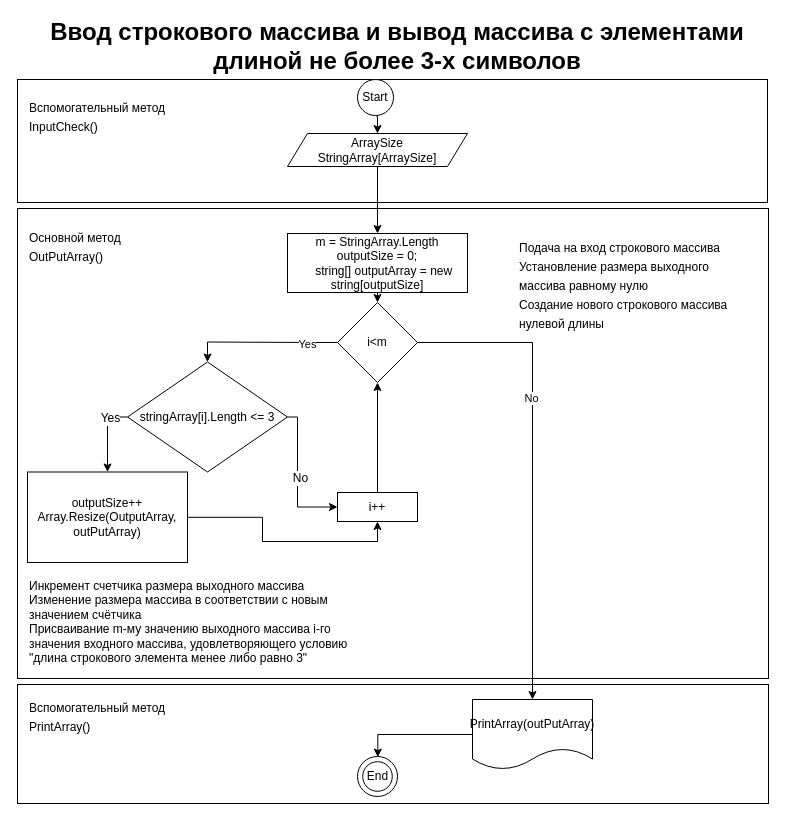
GTeleshev/FinalProject1stSemester keeps this draw.io diagram as FinalProject.drawio. Above is the earlier version. Source tidied: cells renumbered, new cells numbered last; positions are measured from the earlier drawing's top-left corner, leaving out a move shared by most shapes. Both pictures are drawn from the tidied source at 100%, with x=0, y=0 at pixel (17, 32).
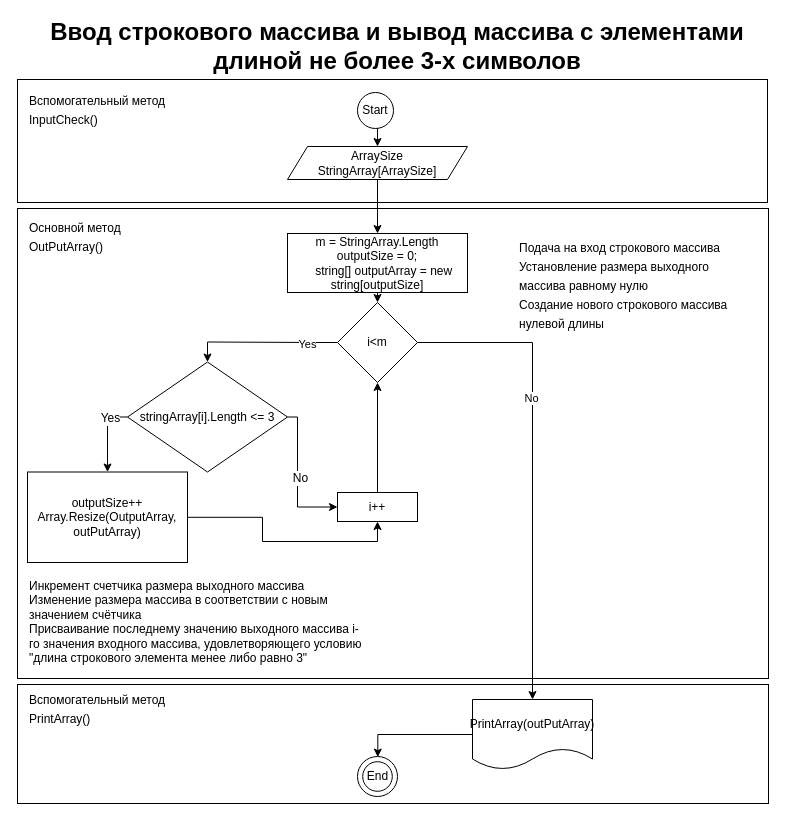
Above is the later version.

What changed in the source:
```diff
@@
     <mxCell id="6" value="ArraySize&lt;br&gt;StringArray[ArraySize]" style="shape=parallelogram;perimeter=parallelogramPerimeter;whiteSpace=wrap;html=1;fixedSize=1;" parent="1" vertex="1">
-      <mxGeometry x="270" y="101" width="180" height="33" as="geometry" />
+      <mxGeometry x="270" y="114" width="180" height="33" as="geometry" />
     </mxCell>
@@
     <mxCell id="20" value="Start" style="ellipse;whiteSpace=wrap;html=1;" parent="1" vertex="1">
-      <mxGeometry x="340" y="47" width="36" height="36" as="geometry" />
+      <mxGeometry x="340" y="60" width="36" height="36" as="geometry" />
     </mxCell>
     <mxCell id="21" value="&lt;div style=&quot;font-weight: normal; font-size: 12px; line-height: 19px;&quot;&gt;&lt;div style=&quot;font-size: 12px;&quot;&gt;&lt;span style=&quot;font-size: 12px;&quot;&gt;Вспомогательный метод InputCheck&lt;/span&gt;&lt;span style=&quot;font-size: 12px;&quot;&gt;()&lt;/span&gt;&lt;/div&gt;&lt;/div&gt;" style="text;whiteSpace=wrap;html=1;fontSize=12;fontColor=#000000;fontFamily=Helvetica;" parent="1" vertex="1">
-      <mxGeometry x="10" y="60" width="160" height="47" as="geometry" />
+      <mxGeometry x="10" y="53" width="160" height="47" as="geometry" />
     </mxCell>
@@
     <mxCell id="24" value="&lt;div style=&quot;font-weight: normal; font-size: 12px; line-height: 19px;&quot;&gt;&lt;div style=&quot;font-size: 12px;&quot;&gt;&lt;span style=&quot;font-size: 12px;&quot;&gt;Основной метод OutPutArray&lt;/span&gt;&lt;span style=&quot;font-size: 12px;&quot;&gt;()&lt;/span&gt;&lt;/div&gt;&lt;/div&gt;" style="text;whiteSpace=wrap;html=1;fontSize=12;fontColor=#000000;fontFamily=Helvetica;" parent="1" vertex="1">
-      <mxGeometry x="10" y="190" width="160" height="47" as="geometry" />
+      <mxGeometry x="10" y="180" width="160" height="47" as="geometry" />
     </mxCell>
@@
-    <mxCell id="33" value="Инкремент счетчика размера выходного массива&lt;br&gt;Изменение размера массива в соответствии с новым значением счётчика&lt;br&gt;Присваивание m-му значению выходного массива i-го значения входного массива, удовлетворяющего условию &quot;длина строкового элемента менее либо равно 3&quot;" style="text;whiteSpace=wrap;html=1;fontSize=12;fontColor=#000000;fontFamily=Helvetica;" parent="1" vertex="1">
+    <mxCell id="33" value="Инкремент счетчика размера выходного массива&lt;br&gt;Изменение размера массива в соответствии с новым значением счётчика&lt;br&gt;Присваивание последнему значению выходного массива i-го значения входного массива, удовлетворяющего условию &quot;длина строкового элемента менее либо равно 3&quot;" style="text;whiteSpace=wrap;html=1;fontSize=12;fontColor=#000000;fontFamily=Helvetica;" parent="1" vertex="1">
       <mxGeometry x="10" y="540" width="340" height="100" as="geometry" />
     </mxCell>
     <mxCell id="34" value="&lt;div style=&quot;font-weight: normal; font-size: 12px; line-height: 19px;&quot;&gt;&lt;div style=&quot;font-size: 12px;&quot;&gt;&lt;span style=&quot;font-size: 12px;&quot;&gt;Вспомогательный метод PrintArray&lt;/span&gt;&lt;span style=&quot;font-size: 12px;&quot;&gt;()&lt;/span&gt;&lt;/div&gt;&lt;/div&gt;" style="text;whiteSpace=wrap;html=1;fontSize=12;fontColor=#000000;fontFamily=Helvetica;" parent="1" vertex="1">
-      <mxGeometry x="10" y="660" width="160" height="47" as="geometry" />
+      <mxGeometry x="10" y="652" width="160" height="47" as="geometry" />
     </mxCell>
```
